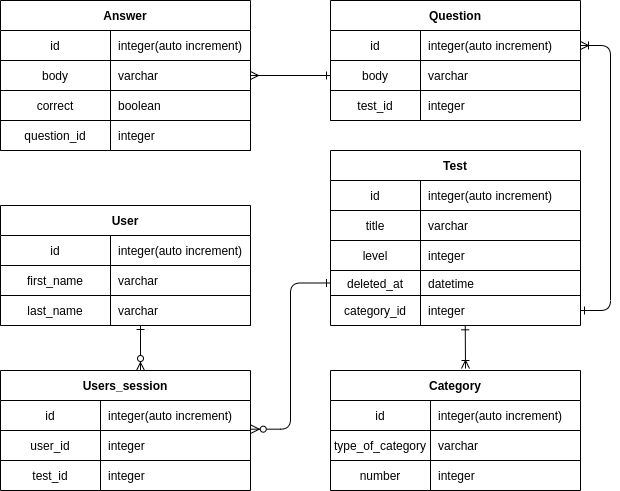
Yuliya-Kirich/thinknetika_base keeps this draw.io diagram as ER Diagram .png. Above is the earlier version. Source tidied: cells renumbered, new cells last; positions are measured from the earlier drawing's top-left corner, leaving out a move shared by most shapes.
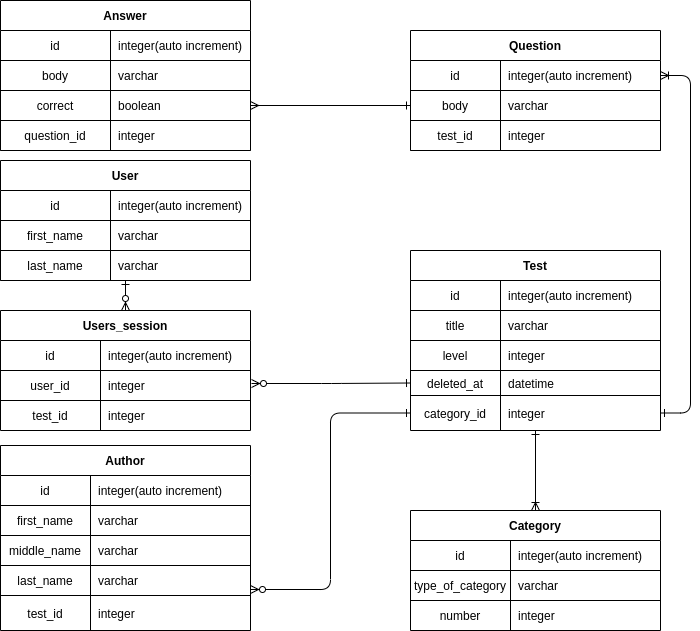
After the change.

The edit, as a diff of the source:
```diff
@@ -6,7 +6,7 @@
       <mxGeometry relative="1" as="geometry" />
     </mxCell>
     <mxCell id="3" value="Question" style="shape=table;startSize=30;rowLines=0;fontStyle=1;align=center;" parent="1" vertex="1">
-      <mxGeometry x="330" width="250" height="120" as="geometry" />
+      <mxGeometry x="330" y="-50" width="250" height="120" as="geometry" />
     </mxCell>
     <mxCell id="4" style="shape=partialRectangle;fillColor=none;points=[[0,0.5],[1,0.5]];portConstraint=eastwest;top=0;left=0;right=0;bottom=1;" parent="3" vertex="1">
       <mxGeometry y="30" width="250" height="30" as="geometry" />
@@ -36,7 +36,7 @@
       <mxGeometry x="90" width="160" height="30" as="geometry" />
     </mxCell>
     <mxCell id="13" value="Test" style="shape=table;startSize=30;rowLines=0;fontStyle=1;align=center;" parent="1" vertex="1">
-      <mxGeometry x="330" y="150" width="250" height="175" as="geometry" />
+      <mxGeometry x="330" y="170" width="250" height="180" as="geometry" />
     </mxCell>
     <mxCell id="14" style="shape=partialRectangle;fillColor=none;top=0;left=0;right=0;bottom=1;" parent="13" vertex="1">
       <mxGeometry y="30" width="250" height="30" as="geometry" />
@@ -75,16 +75,16 @@
       <mxGeometry x="90" width="160" height="25" as="geometry" />
     </mxCell>
     <mxCell id="26" style="shape=partialRectangle;fillColor=none;points=[[0,0.5],[1,0.5]];portConstraint=eastwest;top=0;left=0;right=0;bottom=0;" parent="13" vertex="1">
-      <mxGeometry y="145" width="250" height="30" as="geometry" />
+      <mxGeometry y="145" width="250" height="35" as="geometry" />
     </mxCell>
     <mxCell id="27" value="category_id" style="shape=partialRectangle;overflow=hidden;fillColor=none;top=0;left=0;bottom=0;right=0;" parent="26" vertex="1">
-      <mxGeometry width="90" height="30" as="geometry" />
+      <mxGeometry width="90" height="35" as="geometry" />
     </mxCell>
     <mxCell id="28" value="integer" style="shape=partialRectangle;overflow=hidden;fillColor=none;top=0;left=0;bottom=0;right=0;align=left;spacingLeft=6;" parent="26" vertex="1">
-      <mxGeometry x="90" width="160" height="30" as="geometry" />
+      <mxGeometry x="90" width="160" height="35" as="geometry" />
     </mxCell>
     <mxCell id="29" value="Answer" style="shape=table;startSize=30;rowLines=0;fontStyle=1;align=center;" parent="1" vertex="1">
-      <mxGeometry width="250" height="150" as="geometry" />
+      <mxGeometry x="-80" y="-80" width="250" height="150" as="geometry" />
     </mxCell>
     <mxCell id="30" style="shape=partialRectangle;fillColor=none;top=0;left=0;right=0;bottom=1;" parent="29" vertex="1">
       <mxGeometry y="30" width="250" height="30" as="geometry" />
@@ -123,7 +123,7 @@
       <mxGeometry x="110" width="140" height="30" as="geometry" />
     </mxCell>
     <mxCell id="42" value="Category" style="shape=table;startSize=30;rowLines=0;fontStyle=1;align=center;" parent="1" vertex="1">
-      <mxGeometry x="330" y="370" width="250" height="120" as="geometry" />
+      <mxGeometry x="330" y="430" width="250" height="120" as="geometry" />
     </mxCell>
     <mxCell id="43" style="shape=partialRectangle;fillColor=none;top=0;left=0;right=0;bottom=1;" parent="42" vertex="1">
       <mxGeometry y="30" width="250" height="30" as="geometry" />
@@ -152,16 +152,19 @@
     <mxCell id="51" value="integer" style="shape=partialRectangle;overflow=hidden;fillColor=none;top=0;left=0;bottom=0;right=0;align=left;spacingLeft=6;" parent="49" vertex="1">
       <mxGeometry x="100" width="150" height="30" as="geometry" />
     </mxCell>
-    <mxCell id="52" style="edgeStyle=orthogonalEdgeStyle;rounded=0;jettySize=auto;html=1;exitX=1;exitY=0.5;exitDx=0;exitDy=0;entryX=0;entryY=0.5;entryDx=0;entryDy=0;endArrow=ERone;endFill=0;startArrow=ERmany;startFill=0;" parent="1" edge="1" source="33" target="7">
-      <mxGeometry relative="1" as="geometry" />
+    <mxCell id="52" style="edgeStyle=orthogonalEdgeStyle;rounded=0;jettySize=auto;html=1;entryX=0;entryY=0.5;entryDx=0;entryDy=0;endArrow=ERone;endFill=0;startArrow=ERmany;startFill=0;" parent="1" edge="1" target="7">
+      <mxGeometry relative="1" as="geometry">
+        <mxPoint x="170" y="25" as="sourcePoint" />
+        <Array as="points">
+          <mxPoint x="170" y="25" />
+        </Array>
+      </mxGeometry>
     </mxCell>
-    <mxCell id="53" style="endArrow=ERone;startArrow=ERoneToMany;endFill=0;startFill=0;entryX=0.539;entryY=1.011;entryDx=0;entryDy=0;entryPerimeter=0;" parent="1" edge="1" target="26">
-      <mxGeometry relative="1" as="geometry">
-        <mxPoint x="465" y="368" as="sourcePoint" />
-      </mxGeometry>
+    <mxCell id="53" style="endArrow=ERone;startArrow=ERoneToMany;endFill=0;startFill=0;" parent="1" edge="1" source="42" target="26">
+      <mxGeometry relative="1" as="geometry" />
     </mxCell>
     <mxCell id="54" value="User" style="shape=table;startSize=30;rowLines=0;fontStyle=1;align=center;" parent="1" vertex="1">
-      <mxGeometry y="205" width="250" height="120" as="geometry" />
+      <mxGeometry x="-80" y="80" width="250" height="120" as="geometry" />
     </mxCell>
     <mxCell id="55" style="shape=partialRectangle;fillColor=none;top=0;left=0;right=0;bottom=1;" parent="54" vertex="1">
       <mxGeometry y="30" width="250" height="30" as="geometry" />
@@ -191,7 +194,7 @@
       <mxGeometry x="110" width="140" height="30" as="geometry" />
     </mxCell>
     <mxCell id="64" value="Users_session" style="shape=table;startSize=30;rowLines=0;fontStyle=1;align=center;" parent="1" vertex="1">
-      <mxGeometry y="370" width="250" height="120" as="geometry" />
+      <mxGeometry x="-80" y="230" width="250" height="120" as="geometry" />
     </mxCell>
     <mxCell id="65" style="shape=partialRectangle;fillColor=none;top=0;left=0;right=0;bottom=1;" parent="64" vertex="1">
       <mxGeometry y="30" width="250" height="30" as="geometry" />
@@ -220,13 +223,64 @@
     <mxCell id="73" value="integer" style="shape=partialRectangle;overflow=hidden;fillColor=none;top=0;left=0;bottom=0;right=0;align=left;spacingLeft=6;" parent="71" vertex="1">
       <mxGeometry x="100" width="150" height="30" as="geometry" />
     </mxCell>
-    <mxCell id="74" style="endArrow=ERone;startArrow=ERzeroToMany;endFill=0;startFill=1;entryX=0;entryY=0.5;entryDx=0;entryDy=0;exitX=1.003;exitY=-0.044;exitDx=0;exitDy=0;exitPerimeter=0;edgeStyle=elbowEdgeStyle;" parent="1" edge="1" source="68" target="23">
-      <mxGeometry relative="1" as="geometry" />
+    <mxCell id="74" style="endArrow=ERone;startArrow=ERzeroToMany;endFill=0;startFill=1;entryX=0;entryY=0.5;entryDx=0;entryDy=0;edgeStyle=elbowEdgeStyle;" parent="1" edge="1" target="23">
+      <mxGeometry relative="1" as="geometry">
+        <mxPoint x="171" y="303" as="sourcePoint" />
+      </mxGeometry>
     </mxCell>
-    <mxCell id="75" style="endArrow=ERone;startArrow=ERzeroToMany;endFill=0;startFill=1;edgeStyle=elbowEdgeStyle;" parent="1" edge="1" target="61">
-      <mxGeometry relative="1" as="geometry">
-        <mxPoint x="140" y="370" as="sourcePoint" />
-      </mxGeometry>
+    <mxCell id="75" style="endArrow=ERone;startArrow=ERzeroToMany;endFill=0;startFill=1;edgeStyle=elbowEdgeStyle;" parent="1" edge="1" source="64" target="61">
+      <mxGeometry relative="1" as="geometry" />
     </mxCell>
+    <mxCell id="76" value="Author" style="shape=table;startSize=30;rowLines=0;fontStyle=1;align=center;" parent="1" vertex="1">
+      <mxGeometry x="-80" y="365" width="250" height="185" as="geometry" />
+    </mxCell>
+    <mxCell id="77" style="shape=partialRectangle;fillColor=none;top=0;left=0;right=0;bottom=1;" parent="76" vertex="1">
+      <mxGeometry y="30" width="250" height="30" as="geometry" />
+    </mxCell>
+    <mxCell id="78" value="id" style="shape=partialRectangle;overflow=hidden;fillColor=none;top=0;left=0;bottom=0;right=0;fontStyle=0;" parent="77" vertex="1">
+      <mxGeometry width="90" height="30" as="geometry" />
+    </mxCell>
+    <mxCell id="79" value="integer(auto increment)" style="shape=partialRectangle;overflow=hidden;fillColor=none;top=0;left=0;bottom=0;right=0;align=left;spacingLeft=6;fontStyle=0;" parent="77" vertex="1">
+      <mxGeometry x="90" width="160" height="30" as="geometry" />
+    </mxCell>
+    <mxCell id="80" style="shape=partialRectangle;fillColor=none;top=0;left=0;right=0;bottom=1;" parent="76" vertex="1">
+      <mxGeometry y="60" width="250" height="30" as="geometry" />
+    </mxCell>
+    <mxCell id="81" value="first_name" style="shape=partialRectangle;overflow=hidden;fillColor=none;top=0;left=0;bottom=0;right=0;fontStyle=0;" parent="80" vertex="1">
+      <mxGeometry width="90" height="30" as="geometry" />
+    </mxCell>
+    <mxCell id="82" value="varchar" style="shape=partialRectangle;overflow=hidden;fillColor=none;top=0;left=0;bottom=0;right=0;align=left;spacingLeft=6;fontStyle=0;" parent="80" vertex="1">
+      <mxGeometry x="90" width="160" height="30" as="geometry" />
+    </mxCell>
+    <mxCell id="83" style="shape=partialRectangle;fillColor=none;top=0;left=0;right=0;bottom=1;" parent="76" vertex="1">
+      <mxGeometry y="90" width="250" height="30" as="geometry" />
+    </mxCell>
+    <mxCell id="84" value="middle_name" style="shape=partialRectangle;overflow=hidden;fillColor=none;top=0;left=0;bottom=0;right=0;fontStyle=0;" parent="83" vertex="1">
+      <mxGeometry width="90" height="30" as="geometry" />
+    </mxCell>
+    <mxCell id="85" value="varchar" style="shape=partialRectangle;overflow=hidden;fillColor=none;top=0;left=0;bottom=0;right=0;align=left;spacingLeft=6;fontStyle=0;" parent="83" vertex="1">
+      <mxGeometry x="90" width="160" height="30" as="geometry" />
+    </mxCell>
+    <mxCell id="86" style="shape=partialRectangle;fillColor=none;points=[[0,0.5],[1,0.5]];portConstraint=eastwest;top=0;left=0;right=0;bottom=1;" parent="76" vertex="1">
+      <mxGeometry y="120" width="250" height="30" as="geometry" />
+    </mxCell>
+    <mxCell id="87" value="last_name" style="shape=partialRectangle;overflow=hidden;fillColor=none;top=0;left=0;bottom=0;right=0;fontStyle=0;" parent="86" vertex="1">
+      <mxGeometry width="90" height="30" as="geometry" />
+    </mxCell>
+    <mxCell id="88" value="varchar" style="shape=partialRectangle;overflow=hidden;fillColor=none;top=0;left=0;bottom=0;right=0;align=left;spacingLeft=6;fontStyle=0;" parent="86" vertex="1">
+      <mxGeometry x="90" width="160" height="30" as="geometry" />
+    </mxCell>
+    <mxCell id="89" style="shape=partialRectangle;fillColor=none;top=0;left=0;right=0;bottom=0;" parent="76" vertex="1">
+      <mxGeometry y="150" width="250" height="35" as="geometry" />
+    </mxCell>
+    <mxCell id="90" value="test_id" style="shape=partialRectangle;overflow=hidden;fillColor=none;top=0;left=0;bottom=0;right=0;" parent="89" vertex="1">
+      <mxGeometry width="90" height="35" as="geometry" />
+    </mxCell>
+    <mxCell id="91" value="integer" style="shape=partialRectangle;overflow=hidden;fillColor=none;top=0;left=0;bottom=0;right=0;align=left;spacingLeft=6;" parent="89" vertex="1">
+      <mxGeometry x="90" width="160" height="35" as="geometry" />
+    </mxCell>
+    <mxCell id="92" style="endArrow=ERone;startArrow=ERzeroToMany;endFill=0;startFill=1;entryX=0;entryY=0.5;entryDx=0;entryDy=0;edgeStyle=elbowEdgeStyle;exitX=1;exitY=0.8;exitDx=0;exitDy=0;exitPerimeter=0;" parent="1" edge="1" source="86" target="26">
+      <mxGeometry relative="1" as="geometry" />
+    </mxCell>
   </root>
 </mxGraphModel>
```
